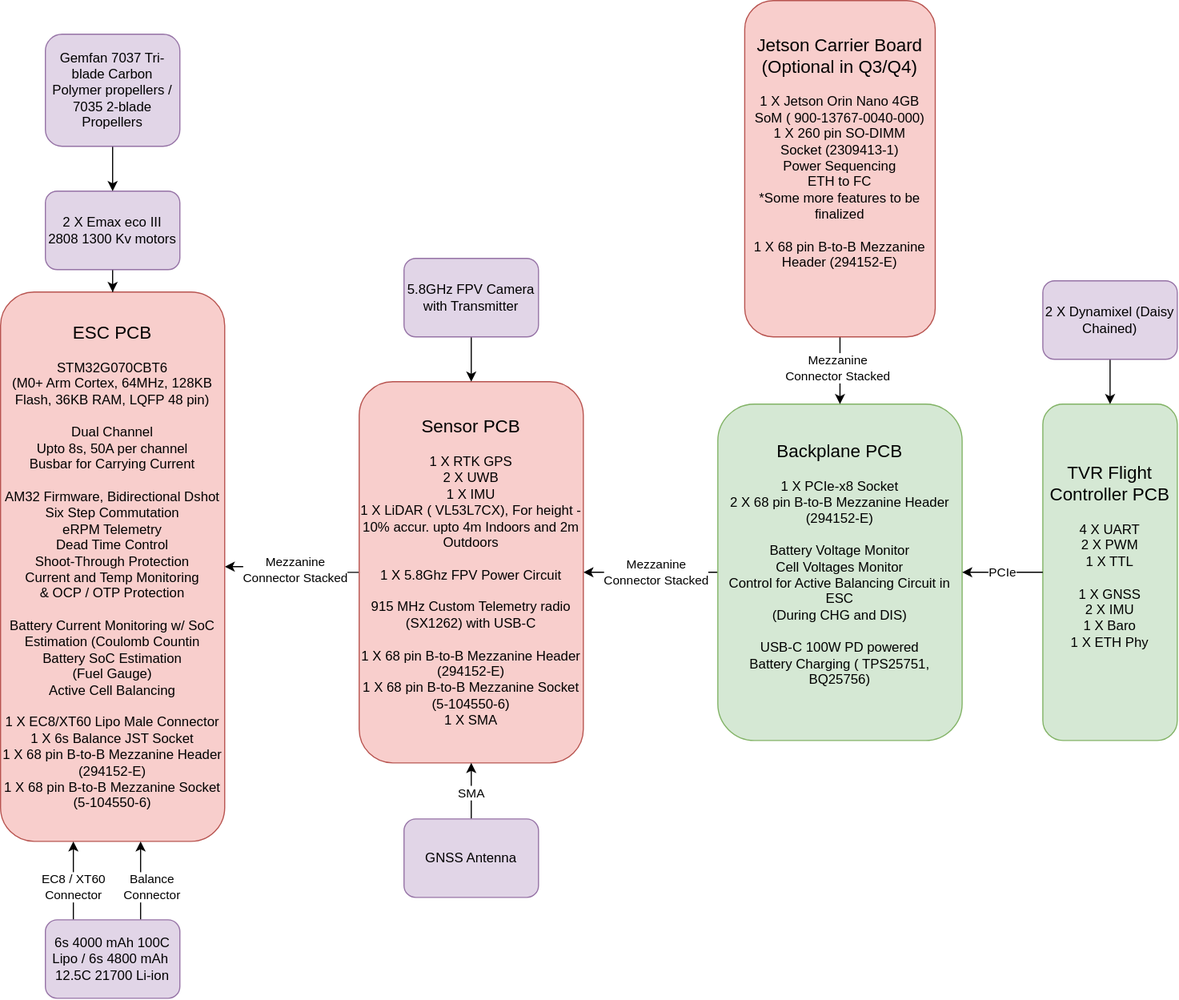
This is electrical-hardware/TVR_Hardware_Stack_2026-27.drawio.svg from UBC-Rocket/thrust_vectoring_consolidated, a draw.io export, as it was before one commit. Source tidied: cells renumbered, new cells last; positions are measured from the earlier drawing's top-left corner, leaving out a move shared by most shapes.
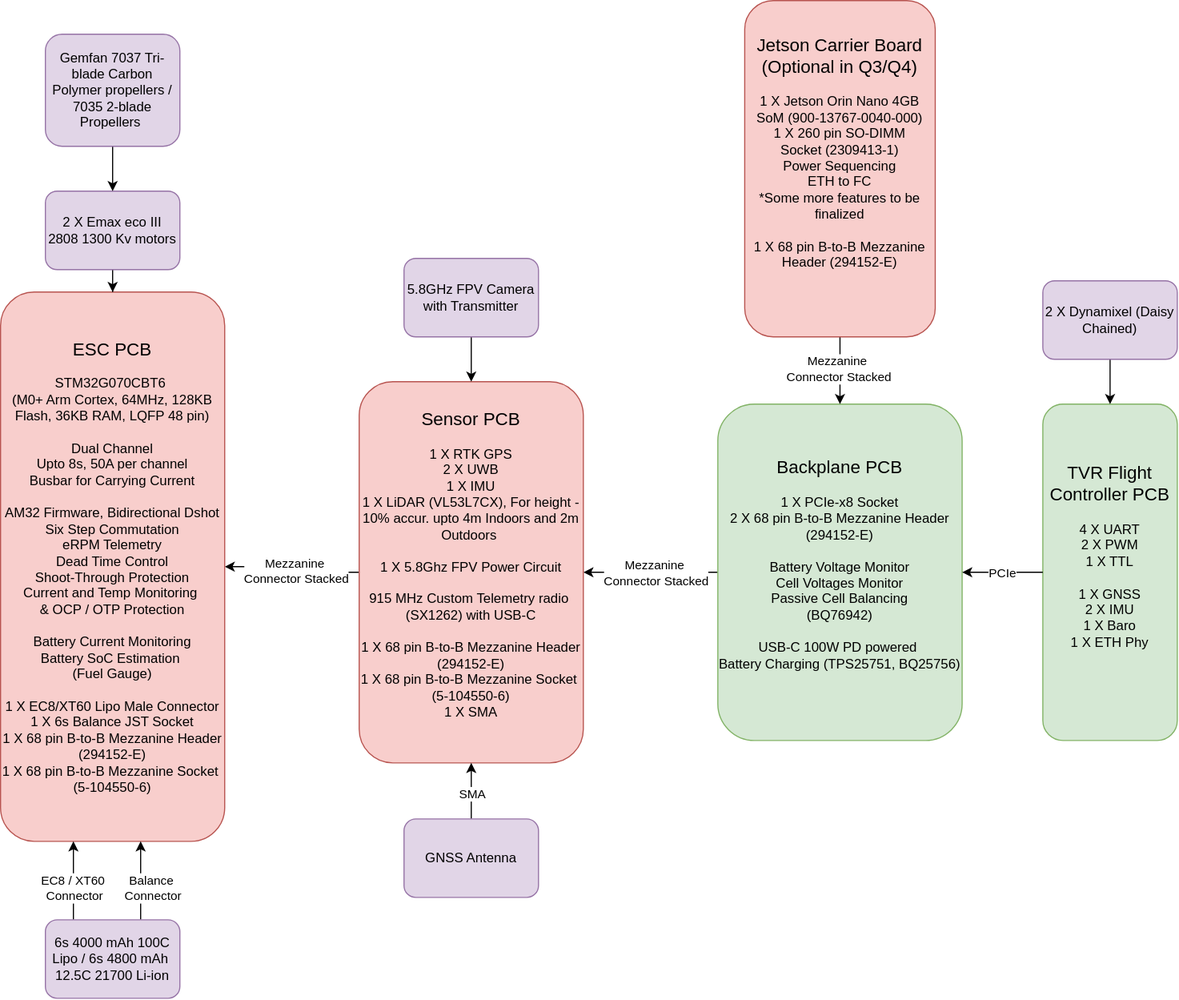
The same diagram one commit later.

Diff of the diagram source:
```diff
@@ -5,66 +5,66 @@
     <mxCell id="2" value="&lt;div&gt;&lt;font style=&quot;font-size: 16px;&quot;&gt;TVR Flight Controller PCB&lt;/font&gt;&lt;/div&gt;&lt;div&gt;&lt;br&gt;&lt;/div&gt;&lt;div&gt;4 X UART&lt;/div&gt;&lt;div&gt;2 X PWM&lt;/div&gt;&lt;div&gt;1 X TTL&lt;/div&gt;&lt;div&gt;&lt;br&gt;&lt;/div&gt;&lt;div&gt;1 X GNSS&lt;/div&gt;&lt;div&gt;2 X IMU&lt;/div&gt;&lt;div&gt;1 X Baro&lt;/div&gt;&lt;div&gt;1 X ETH Phy&lt;/div&gt;&lt;div&gt;&lt;br&gt;&lt;/div&gt;&lt;div&gt;&lt;br&gt;&lt;/div&gt;" style="rounded=1;whiteSpace=wrap;html=1;fillColor=#d5e8d4;strokeColor=#82b366;" parent="1" vertex="1">
       <mxGeometry x="930" y="360" width="120" height="300" as="geometry" />
     </mxCell>
-    <mxCell id="3" style="edgeStyle=orthogonalEdgeStyle;rounded=0;jettySize=auto;html=1;entryX=1;entryY=0.5;entryDx=0;entryDy=0;" parent="1" edge="1" source="5" target="9">
-      <mxGeometry relative="1" as="geometry" />
-    </mxCell>
-    <mxCell id="4" value="&lt;div&gt;Mezzanine&amp;nbsp;&lt;/div&gt;&lt;div&gt;Connector Stacked&lt;/div&gt;" style="edgeLabel;html=1;align=center;verticalAlign=middle;" parent="3" vertex="1">
-      <mxGeometry x="0.03" relative="1" as="geometry">
-        <mxPoint x="6" as="offset" />
-      </mxGeometry>
-    </mxCell>
-    <mxCell id="5" value="&lt;div&gt;&lt;font style=&quot;font-size: 16px;&quot;&gt;Backplane PCB&lt;/font&gt;&lt;/div&gt;&lt;div&gt;&lt;br&gt;&lt;/div&gt;&lt;div&gt;1 X PCIe-x8 Socket&lt;/div&gt;&lt;div&gt;2 X&amp;nbsp;&lt;span style=&quot;background-color: transparent; color: light-dark(rgb(0, 0, 0), rgb(255, 255, 255));&quot;&gt;68 pin B-to-B Mezzanine Header (294152-E)&lt;/span&gt;&lt;/div&gt;&lt;div&gt;&lt;br&gt;&lt;/div&gt;&lt;div&gt;Battery Voltage Monitor&lt;/div&gt;&lt;div&gt;Cell Voltages Monitor&lt;/div&gt;&lt;div&gt;Control for Active Balancing Circuit in ESC&lt;/div&gt;&lt;div&gt;(During CHG and DIS)&amp;nbsp;&lt;/div&gt;&lt;div&gt;&lt;br&gt;&lt;/div&gt;&lt;div&gt;&lt;span style=&quot;background-color: transparent; color: light-dark(rgb(0, 0, 0), rgb(255, 255, 255));&quot;&gt;USB-C 100W PD powered&amp;nbsp;&lt;/span&gt;&lt;/div&gt;&lt;div&gt;&lt;span style=&quot;background-color: transparent; color: light-dark(rgb(0, 0, 0), rgb(255, 255, 255));&quot;&gt;Battery Charging (&lt;/span&gt;&lt;span style=&quot;background-color: transparent; color: light-dark(rgb(0, 0, 0), rgb(255, 255, 255));&quot;&gt;TPS25751,&amp;nbsp;&lt;/span&gt;&lt;span style=&quot;background-color: transparent; color: light-dark(rgb(0, 0, 0), rgb(255, 255, 255));&quot;&gt;BQ25756)&lt;/span&gt;&lt;/div&gt;&lt;div&gt;&lt;br&gt;&lt;/div&gt;" style="rounded=1;whiteSpace=wrap;html=1;fillColor=#d5e8d4;strokeColor=#82b366;" parent="1" vertex="1">
-      <mxGeometry x="640" y="360" width="218" height="300" as="geometry" />
-    </mxCell>
-    <mxCell id="6" style="edgeStyle=orthogonalEdgeStyle;rounded=0;jettySize=auto;html=1;entryX=1;entryY=0.5;entryDx=0;entryDy=0;" parent="1" edge="1" source="2" target="5">
-      <mxGeometry relative="1" as="geometry" />
-    </mxCell>
+    <mxCell id="31" style="edgeStyle=orthogonalEdgeStyle;rounded=0;jettySize=auto;html=1;entryX=1;entryY=0.5;entryDx=0;entryDy=0;" parent="1" edge="1" source="33" target="9">
+      <mxGeometry relative="1" as="geometry" />
+    </mxCell>
+    <mxCell id="32" value="&lt;div&gt;Mezzanine&amp;nbsp;&lt;/div&gt;&lt;div&gt;Connector Stacked&lt;/div&gt;" style="edgeLabel;html=1;align=center;verticalAlign=middle;" parent="31" vertex="1">
+      <mxGeometry x="0.03" relative="1" as="geometry">
+        <mxPoint x="6" as="offset" />
+      </mxGeometry>
+    </mxCell>
+    <mxCell id="33" value="&lt;div&gt;&lt;font style=&quot;font-size: 16px;&quot;&gt;Backplane PCB&lt;/font&gt;&lt;/div&gt;&lt;div&gt;&lt;br&gt;&lt;/div&gt;&lt;div&gt;1 X PCIe-x8 Socket&lt;/div&gt;&lt;div&gt;2 X&amp;nbsp;&lt;span style=&quot;background-color: transparent; color: light-dark(rgb(0, 0, 0), rgb(255, 255, 255));&quot;&gt;68 pin B-to-B Mezzanine Header (294152-E)&lt;/span&gt;&lt;/div&gt;&lt;div&gt;&lt;br&gt;&lt;/div&gt;&lt;div&gt;Battery Voltage Monitor&lt;/div&gt;&lt;div&gt;Cell Voltages Monitor&lt;/div&gt;&lt;div&gt;Passive Cell Balancing&lt;br&gt;(BQ76942)&lt;span&gt;&lt;/span&gt;&lt;/div&gt;&lt;div&gt;&lt;br&gt;&lt;/div&gt;&lt;div&gt;&lt;span style=&quot;background-color: transparent; color: light-dark(rgb(0, 0, 0), rgb(255, 255, 255));&quot;&gt;USB-C 100W PD powered&amp;nbsp;&lt;/span&gt;&lt;/div&gt;&lt;div&gt;&lt;span style=&quot;background-color: transparent; color: light-dark(rgb(0, 0, 0), rgb(255, 255, 255));&quot;&gt;Battery Charging (&lt;/span&gt;&lt;span style=&quot;background-color: transparent; color: light-dark(rgb(0, 0, 0), rgb(255, 255, 255));&quot;&gt;TPS25751,&amp;nbsp;&lt;/span&gt;&lt;span style=&quot;background-color: transparent; color: light-dark(rgb(0, 0, 0), rgb(255, 255, 255));&quot;&gt;BQ25756)&lt;/span&gt;&lt;/div&gt;&lt;div&gt;&lt;br&gt;&lt;/div&gt;" style="rounded=1;whiteSpace=wrap;html=1;fillColor=#d5e8d4;strokeColor=#82b366;" parent="1" vertex="1">
+      <mxGeometry x="640" y="360" width="218" height="300" as="geometry" />
+    </mxCell>
+    <mxCell id="34" style="edgeStyle=orthogonalEdgeStyle;rounded=0;jettySize=auto;html=1;entryX=1;entryY=0.5;entryDx=0;entryDy=0;" parent="1" edge="1" source="2" target="33">
+      <mxGeometry relative="1" as="geometry" />
+    </mxCell>
-    <mxCell id="7" value="PCIe" style="edgeLabel;html=1;align=center;verticalAlign=middle;" parent="6" vertex="1">
+    <mxCell id="7" value="PCIe" style="edgeLabel;html=1;align=center;verticalAlign=middle;" parent="34" vertex="1">
       <mxGeometry x="0.01" relative="1" as="geometry" />
     </mxCell>
-    <mxCell id="8" style="edgeStyle=orthogonalEdgeStyle;rounded=0;jettySize=auto;html=1;entryX=1;entryY=0.5;entryDx=0;entryDy=0;" parent="1" edge="1" source="9" target="10">
-      <mxGeometry relative="1" as="geometry" />
-    </mxCell>
+    <mxCell id="35" style="edgeStyle=orthogonalEdgeStyle;rounded=0;jettySize=auto;html=1;entryX=1;entryY=0.5;entryDx=0;entryDy=0;" parent="1" edge="1" source="9" target="36">
+      <mxGeometry relative="1" as="geometry" />
+    </mxCell>
     <mxCell id="9" value="&lt;div&gt;&lt;font style=&quot;font-size: 16px;&quot;&gt;Sensor PCB&lt;/font&gt;&lt;/div&gt;&lt;div&gt;&lt;br&gt;&lt;/div&gt;&lt;div&gt;1 X RTK GPS&lt;/div&gt;&lt;div&gt;2 X UWB&lt;/div&gt;&lt;div&gt;1 X IMU&lt;/div&gt;&lt;div&gt;1 X LiDAR (&lt;span class=&quot;st-h3&quot;&gt;&lt;font style=&quot;font-size: 12px;&quot;&gt;VL53L7CX), For height - 10% accur. upto 4m Indoors and 2m Outdoors&amp;nbsp;&lt;/font&gt;&lt;/span&gt;&lt;/div&gt;&lt;div&gt;&lt;span class=&quot;st-h3&quot;&gt;&lt;font style=&quot;font-size: 12px;&quot;&gt;&lt;br&gt;&lt;/font&gt;&lt;/span&gt;&lt;/div&gt;&lt;div&gt;1 X 5.8Ghz FPV Power Circuit&lt;/div&gt;&lt;div&gt;&lt;br&gt;&lt;/div&gt;&lt;div&gt;915 MHz Custom Telemetry radio&amp;nbsp;&lt;/div&gt;&lt;div&gt;(SX1262) with USB-C&lt;/div&gt;&lt;div&gt;&lt;br&gt;&lt;/div&gt;&lt;div&gt;1 X&amp;nbsp;&lt;span style=&quot;background-color: transparent; color: light-dark(rgb(0, 0, 0), rgb(255, 255, 255));&quot;&gt;68 pin B-to-B Mezzanine Header (294152-E)&lt;/span&gt;&lt;/div&gt;&lt;div&gt;1 X&amp;nbsp;&lt;span style=&quot;background-color: transparent; color: light-dark(rgb(0, 0, 0), rgb(255, 255, 255));&quot;&gt;68 pin B-to-B Mezzanine Socket&amp;nbsp;&lt;/span&gt;&lt;/div&gt;&lt;div&gt;(5-104550-6)&lt;/div&gt;&lt;div&gt;1 X SMA&lt;/div&gt;&lt;div&gt;&amp;nbsp;&lt;/div&gt;" style="rounded=1;whiteSpace=wrap;html=1;fillColor=#f8cecc;strokeColor=#b85450;" parent="1" vertex="1">
       <mxGeometry x="320" y="340" width="200" height="340" as="geometry" />
     </mxCell>
-    <mxCell id="10" value="&lt;div&gt;&lt;br&gt;&lt;/div&gt;&lt;div&gt;&lt;br&gt;&lt;/div&gt;&lt;div&gt;&lt;br&gt;&lt;/div&gt;&lt;div&gt;&lt;font style=&quot;font-size: 16px;&quot;&gt;ESC PCB&lt;/font&gt;&lt;/div&gt;&lt;div&gt;&lt;br&gt;&lt;/div&gt;&lt;div&gt;STM32G070CBT6&amp;nbsp;&lt;/div&gt;&lt;div&gt;(M0+ Arm Cortex, 64MHz, 128KB Flash, 36KB RAM, LQFP 48 pin)&lt;/div&gt;&lt;div&gt;&lt;br&gt;&lt;/div&gt;&lt;div&gt;Dual Channel&lt;/div&gt;&lt;div&gt;Upto 8s, 50A per channel&lt;/div&gt;&lt;div&gt;Busbar for Carrying Current&lt;/div&gt;&lt;div&gt;&lt;br&gt;&lt;/div&gt;&lt;div&gt;AM32 Firmware, Bidirectional Dshot&lt;/div&gt;&lt;div&gt;Six Step Commutation&lt;/div&gt;&lt;div&gt;eRPM Telemetry&lt;/div&gt;&lt;div&gt;Dead Time Control&lt;/div&gt;&lt;div&gt;Shoot-Through Protection&lt;/div&gt;&lt;div&gt;Current and Temp Monitoring&amp;nbsp;&lt;/div&gt;&lt;div&gt;&amp;amp; OCP / OTP Protection&lt;/div&gt;&lt;div&gt;&lt;br&gt;&lt;/div&gt;&lt;div&gt;Battery Current Monitoring w/ SoC Estimation (Coulomb Countin&lt;/div&gt;&lt;div&gt;Battery SoC Estimation&amp;nbsp;&lt;/div&gt;&lt;div&gt;(Fuel Gauge)&lt;/div&gt;&lt;div&gt;Active Cell Balancing&lt;/div&gt;&lt;div&gt;&lt;br&gt;&lt;/div&gt;&lt;div&gt;&lt;div&gt;1 X EC8/XT60 Lipo Male Connector&lt;/div&gt;&lt;div&gt;1 X 6s Balance JST Socket&lt;/div&gt;&lt;div&gt;1 X 68 pin B-to-B Mezzanine Header (294152-E)&lt;/div&gt;&lt;div&gt;1 X&amp;nbsp;&lt;span style=&quot;background-color: transparent; color: light-dark(rgb(0, 0, 0), rgb(255, 255, 255));&quot;&gt;68 pin B-to-B Mezzanine Socket&amp;nbsp;&lt;/span&gt;&lt;/div&gt;&lt;div&gt;(5-104550-6)&lt;/div&gt;&lt;br&gt;&lt;/div&gt;&lt;div&gt;&lt;br&gt;&lt;/div&gt;&lt;div&gt;&lt;br&gt;&lt;/div&gt;" style="rounded=1;whiteSpace=wrap;html=1;fillColor=#f8cecc;strokeColor=#b85450;" parent="1" vertex="1">
-      <mxGeometry y="260" width="200" height="490" as="geometry" />
-    </mxCell>
-    <mxCell id="11" style="edgeStyle=orthogonalEdgeStyle;rounded=0;jettySize=auto;html=1;entryX=0.5;entryY=0;entryDx=0;entryDy=0;" parent="1" edge="1" source="13" target="5">
-      <mxGeometry relative="1" as="geometry" />
-    </mxCell>
-    <mxCell id="12" value="&lt;div&gt;Mezzanine&amp;nbsp;&lt;/div&gt;&lt;div&gt;Connector Stacked&lt;/div&gt;" style="edgeLabel;html=1;align=center;verticalAlign=middle;" parent="11" vertex="1">
-      <mxGeometry x="-0.07" y="-2" relative="1" as="geometry" />
-    </mxCell>
+    <mxCell id="36" value="&lt;div&gt;&lt;br&gt;&lt;/div&gt;&lt;div&gt;&lt;br&gt;&lt;/div&gt;&lt;div&gt;&lt;br&gt;&lt;/div&gt;&lt;div&gt;&lt;font style=&quot;font-size: 16px;&quot;&gt;ESC PCB&lt;/font&gt;&lt;/div&gt;&lt;div&gt;&lt;br&gt;&lt;/div&gt;&lt;div&gt;STM32G070CBT6&amp;nbsp;&lt;/div&gt;&lt;div&gt;(M0+ Arm Cortex, 64MHz, 128KB Flash, 36KB RAM, LQFP 48 pin)&lt;/div&gt;&lt;div&gt;&lt;br&gt;&lt;/div&gt;&lt;div&gt;Dual Channel&lt;/div&gt;&lt;div&gt;Upto 8s, 50A per channel&lt;/div&gt;&lt;div&gt;Busbar for Carrying Current&lt;/div&gt;&lt;div&gt;&lt;br&gt;&lt;/div&gt;&lt;div&gt;AM32 Firmware, Bidirectional Dshot&lt;/div&gt;&lt;div&gt;Six Step Commutation&lt;/div&gt;&lt;div&gt;eRPM Telemetry&lt;/div&gt;&lt;div&gt;Dead Time Control&lt;/div&gt;&lt;div&gt;Shoot-Through Protection&lt;/div&gt;&lt;div&gt;Current and Temp Monitoring&amp;nbsp;&lt;/div&gt;&lt;div&gt;&amp;amp; OCP / OTP Protection&lt;/div&gt;&lt;div&gt;&lt;br&gt;&lt;/div&gt;&lt;div&gt;Battery Current Monitoring&lt;/div&gt;&lt;div&gt;Battery SoC Estimation&amp;nbsp;&lt;/div&gt;&lt;div&gt;(Fuel Gauge)&lt;/div&gt;&lt;div&gt;&lt;br&gt;&lt;/div&gt;&lt;div&gt;&lt;div&gt;1 X EC8/XT60 Lipo Male Connector&lt;/div&gt;&lt;div&gt;1 X 6s Balance JST Socket&lt;/div&gt;&lt;div&gt;1 X 68 pin B-to-B Mezzanine Header (294152-E)&lt;/div&gt;&lt;div&gt;1 X&amp;nbsp;&lt;span style=&quot;background-color: transparent; color: light-dark(rgb(0, 0, 0), rgb(255, 255, 255));&quot;&gt;68 pin B-to-B Mezzanine Socket&amp;nbsp;&lt;/span&gt;&lt;/div&gt;&lt;div&gt;(5-104550-6)&lt;/div&gt;&lt;br&gt;&lt;/div&gt;&lt;div&gt;&lt;br&gt;&lt;/div&gt;&lt;div&gt;&lt;br&gt;&lt;/div&gt;" style="rounded=1;whiteSpace=wrap;html=1;fillColor=#f8cecc;strokeColor=#b85450;" parent="1" vertex="1">
+      <mxGeometry y="260" width="200" height="490" as="geometry" />
+    </mxCell>
+    <mxCell id="37" style="edgeStyle=orthogonalEdgeStyle;rounded=0;jettySize=auto;html=1;entryX=0.5;entryY=0;entryDx=0;entryDy=0;" parent="1" edge="1" source="13" target="33">
+      <mxGeometry relative="1" as="geometry" />
+    </mxCell>
+    <mxCell id="38" value="&lt;div&gt;Mezzanine&amp;nbsp;&lt;/div&gt;&lt;div&gt;Connector Stacked&lt;/div&gt;" style="edgeLabel;html=1;align=center;verticalAlign=middle;" parent="37" vertex="1">
+      <mxGeometry x="-0.07" y="-2" relative="1" as="geometry" />
+    </mxCell>
     <mxCell id="13" value="&lt;div&gt;&lt;font style=&quot;font-size: 16px;&quot;&gt;Jetson Carrier Board (Optional in Q3/Q4)&lt;/font&gt;&lt;/div&gt;&lt;div&gt;&lt;br&gt;&lt;/div&gt;&lt;div&gt;1 X Jetson Orin Nano 4GB SoM (&lt;font style=&quot;font-size: 12px; font-weight: normal;&quot;&gt;900-13767-0040-000)&lt;/font&gt;&lt;/div&gt;&lt;div&gt;&lt;font style=&quot;font-size: 12px; font-weight: normal;&quot;&gt;1 X 260 pin SO-DIMM&lt;/font&gt;&lt;/div&gt;&lt;div&gt;Socket (2309413-1)&lt;/div&gt;&lt;div&gt;Power Sequencing&lt;/div&gt;&lt;div&gt;ETH to FC&lt;/div&gt;&lt;div&gt;*Some more features to be finalized&lt;/div&gt;&lt;div&gt;&lt;br&gt;&lt;/div&gt;&lt;div&gt;1 X &lt;span style=&quot;color: light-dark(rgb(0, 0, 0), rgb(255, 255, 255)); background-color: transparent;&quot;&gt;68 pin B-to-B Mezzanine Header (294152-E)&lt;/span&gt;&lt;/div&gt;&lt;div&gt;&lt;br&gt;&lt;/div&gt;&lt;div&gt;&lt;br&gt;&lt;/div&gt;" style="rounded=1;whiteSpace=wrap;html=1;fillColor=#f8cecc;strokeColor=#b85450;" parent="1" vertex="1">
       <mxGeometry x="664" width="170" height="300" as="geometry" />
     </mxCell>
     <mxCell id="14" value="&lt;div&gt;Mezzanine&amp;nbsp;&lt;/div&gt;&lt;div&gt;Connector Stacked&lt;/div&gt;" style="edgeLabel;html=1;align=center;verticalAlign=middle;" parent="1" vertex="1">
       <mxGeometry x="263" y="508" as="geometry" />
     </mxCell>
-    <mxCell id="15" style="edgeStyle=orthogonalEdgeStyle;rounded=0;jettySize=auto;html=1;" parent="1" edge="1" source="19">
-      <mxGeometry relative="1" as="geometry">
-        <mxPoint x="65" y="750" as="targetPoint" />
-        <Array as="points">
-          <mxPoint x="65" y="750" />
-        </Array>
-      </mxGeometry>
-    </mxCell>
+    <mxCell id="39" style="edgeStyle=orthogonalEdgeStyle;rounded=0;jettySize=auto;html=1;" parent="1" edge="1" source="19">
+      <mxGeometry relative="1" as="geometry">
+        <mxPoint x="65" y="750" as="targetPoint" />
+        <Array as="points">
+          <mxPoint x="65" y="750" />
+        </Array>
+      </mxGeometry>
+    </mxCell>
-    <mxCell id="16" value="EC8 / XT60&amp;nbsp;&lt;br&gt;Connector" style="edgeLabel;html=1;align=center;verticalAlign=middle;" parent="15" vertex="1">
+    <mxCell id="16" value="EC8 / XT60&amp;nbsp;&lt;br&gt;Connector" style="edgeLabel;html=1;align=center;verticalAlign=middle;" parent="39" vertex="1">
       <mxGeometry x="0.17" y="-2" relative="1" as="geometry">
         <mxPoint x="-2" y="11" as="offset" />
       </mxGeometry>
     </mxCell>
-    <mxCell id="17" style="edgeStyle=orthogonalEdgeStyle;rounded=0;jettySize=auto;html=1;" parent="1" edge="1" source="19">
-      <mxGeometry relative="1" as="geometry">
-        <mxPoint x="125" y="750" as="targetPoint" />
-        <Array as="points">
-          <mxPoint x="125" y="750" />
-        </Array>
-      </mxGeometry>
-    </mxCell>
+    <mxCell id="40" style="edgeStyle=orthogonalEdgeStyle;rounded=0;jettySize=auto;html=1;" parent="1" edge="1" source="19">
+      <mxGeometry relative="1" as="geometry">
+        <mxPoint x="125" y="750" as="targetPoint" />
+        <Array as="points">
+          <mxPoint x="125" y="750" />
+        </Array>
+      </mxGeometry>
+    </mxCell>
-    <mxCell id="18" value="&lt;div&gt;Balance&amp;nbsp;&lt;/div&gt;&lt;div&gt;Connector&lt;/div&gt;" style="edgeLabel;html=1;align=center;verticalAlign=middle;" parent="17" vertex="1">
+    <mxCell id="18" value="&lt;div&gt;Balance&amp;nbsp;&lt;/div&gt;&lt;div&gt;Connector&lt;/div&gt;" style="edgeLabel;html=1;align=center;verticalAlign=middle;" parent="40" vertex="1">
       <mxGeometry x="0.22" relative="1" as="geometry">
         <mxPoint x="10" y="13" as="offset" />
       </mxGeometry>
@@ -89,9 +89,9 @@
     <mxCell id="24" value="5.8GHz FPV Camera with Transmitter" style="rounded=1;whiteSpace=wrap;html=1;fillColor=#e1d5e7;strokeColor=#9673a6;" parent="1" vertex="1">
       <mxGeometry x="360" y="230" width="120" height="70" as="geometry" />
     </mxCell>
-    <mxCell id="25" style="edgeStyle=orthogonalEdgeStyle;rounded=0;jettySize=auto;html=1;entryX=0.5;entryY=0;entryDx=0;entryDy=0;" parent="1" edge="1" source="26" target="10">
-      <mxGeometry relative="1" as="geometry" />
-    </mxCell>
+    <mxCell id="41" style="edgeStyle=orthogonalEdgeStyle;rounded=0;jettySize=auto;html=1;entryX=0.5;entryY=0;entryDx=0;entryDy=0;" parent="1" edge="1" source="26" target="36">
+      <mxGeometry relative="1" as="geometry" />
+    </mxCell>
     <mxCell id="26" value="2 X Emax eco III 2808 1300 Kv motors" style="rounded=1;whiteSpace=wrap;html=1;fillColor=#e1d5e7;strokeColor=#9673a6;" parent="1" vertex="1">
       <mxGeometry x="40" y="170" width="120" height="70" as="geometry" />
     </mxCell>
```
